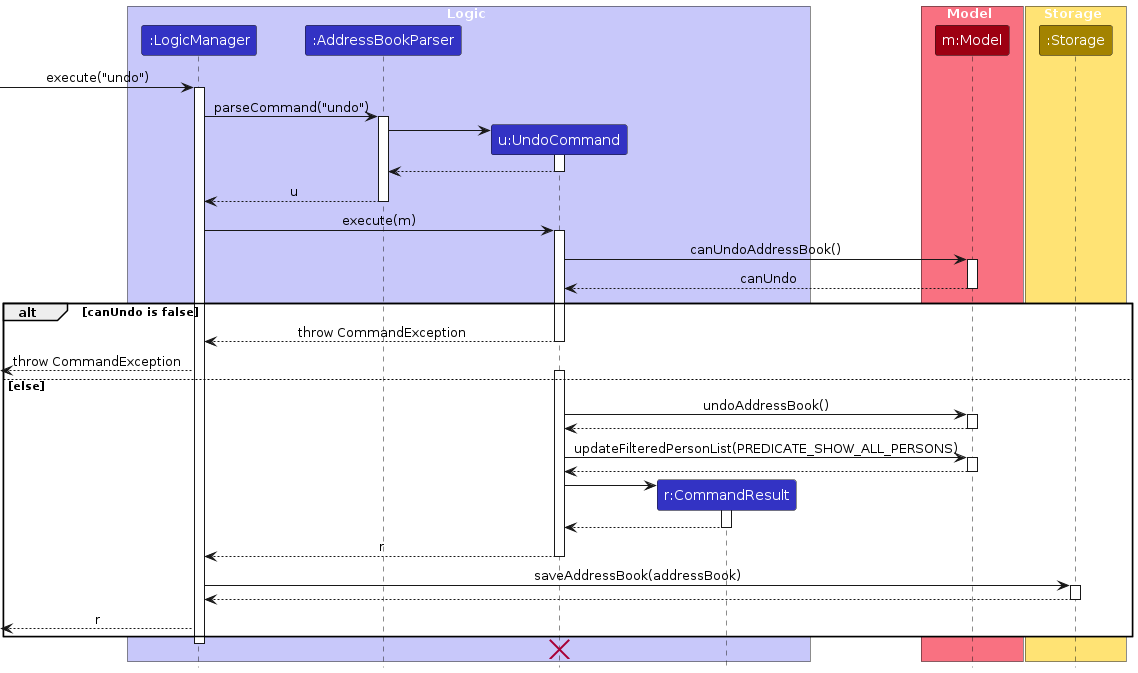
Before: diagrams/UndoSequenceDiagram-Logic.png, a diagram exported from PlantUML (AY2627S1-CS2103T-F15-3/tp). Its source is kept beside it as diagrams/UndoSequenceDiagram-Logic.puml. Its diagram source:
```plantuml
@startuml
!include style.puml
skinparam ArrowFontStyle plain

box Logic LOGIC_COLOR_T1
participant ":LogicManager" as LogicManager LOGIC_COLOR
participant ":AddressBookParser" as AddressBookParser LOGIC_COLOR
participant "u:UndoCommand" as UndoCommand LOGIC_COLOR
participant "r:CommandResult" as CommandResult LOGIC_COLOR
end box

box Model MODEL_COLOR_T1
participant "m:Model" as Model MODEL_COLOR
end box

box Storage STORAGE_COLOR_T1
participant ":Storage" as Storage STORAGE_COLOR
end box

[-> LogicManager : execute("undo")
activate LogicManager

LogicManager -> AddressBookParser : parseCommand("undo")
activate AddressBookParser

create UndoCommand
AddressBookParser -> UndoCommand
activate UndoCommand

UndoCommand --> AddressBookParser
deactivate UndoCommand

AddressBookParser --> LogicManager : u
deactivate AddressBookParser

LogicManager -> UndoCommand : execute(m)
activate UndoCommand

UndoCommand -> Model : canUndoAddressBook()
activate Model

Model --> UndoCommand : canUndo
deactivate Model

alt canUndo is false
    UndoCommand --> LogicManager : throw CommandException
    deactivate UndoCommand
    [<-- LogicManager : throw CommandException
else else
    activate UndoCommand
    UndoCommand -> Model : undoAddressBook()
    activate Model

    Model --> UndoCommand
    deactivate Model

    UndoCommand -> Model : updateFilteredPersonList(PREDICATE_SHOW_ALL_PERSONS)
    activate Model

    Model --> UndoCommand
    deactivate Model

    create CommandResult
    UndoCommand -> CommandResult
    activate CommandResult

    CommandResult --> UndoCommand
    deactivate CommandResult

    UndoCommand --> LogicManager : r
    deactivate UndoCommand

    LogicManager -> Storage : saveAddressBook(addressBook)
    activate Storage

    Storage --> LogicManager
    deactivate Storage

    [<-- LogicManager : r
end
deactivate LogicManager

UndoCommand -[hidden]-> LogicManager
destroy UndoCommand
@enduml
```
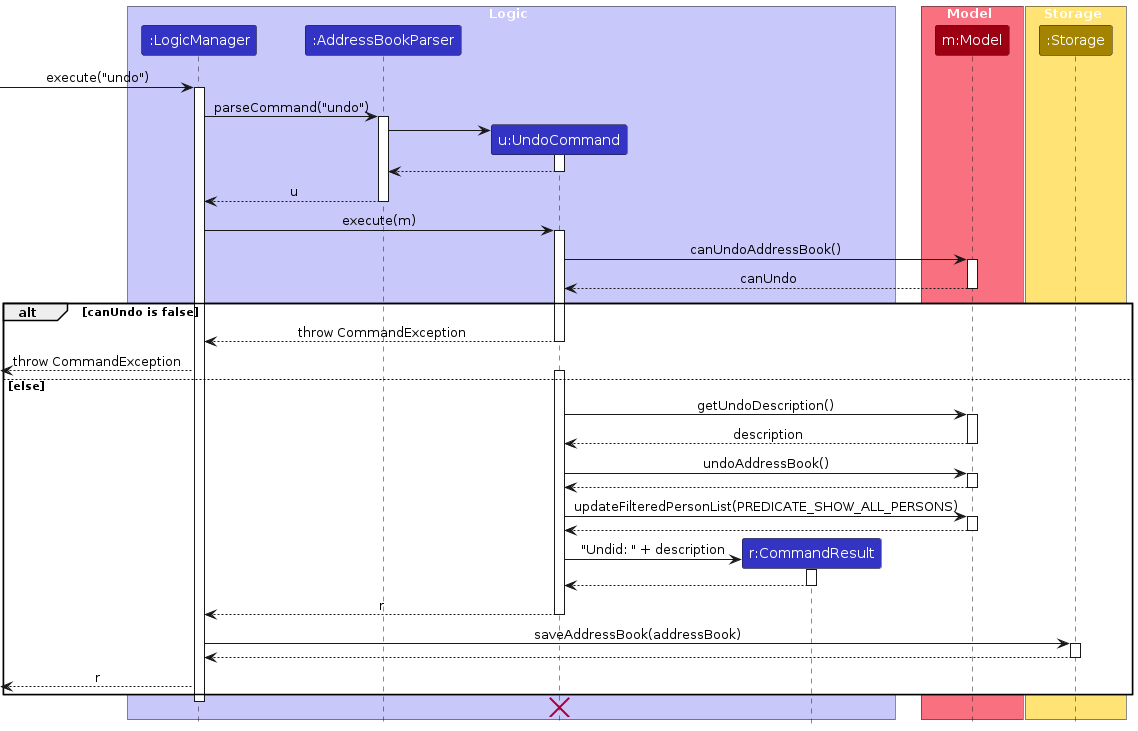
Above is the later version.

What changed in the source:
```diff
@@ -48,6 +48,12 @@
     [<-- LogicManager : throw CommandException
 else else
     activate UndoCommand
+    UndoCommand -> Model : getUndoDescription()
+    activate Model
+
+    Model --> UndoCommand : description
+    deactivate Model
+
     UndoCommand -> Model : undoAddressBook()
     activate Model
 
@@ -61,7 +67,7 @@
     deactivate Model
 
     create CommandResult
-    UndoCommand -> CommandResult
+    UndoCommand -> CommandResult : "Undid: " + description
     activate CommandResult
 
     CommandResult --> UndoCommand
```
